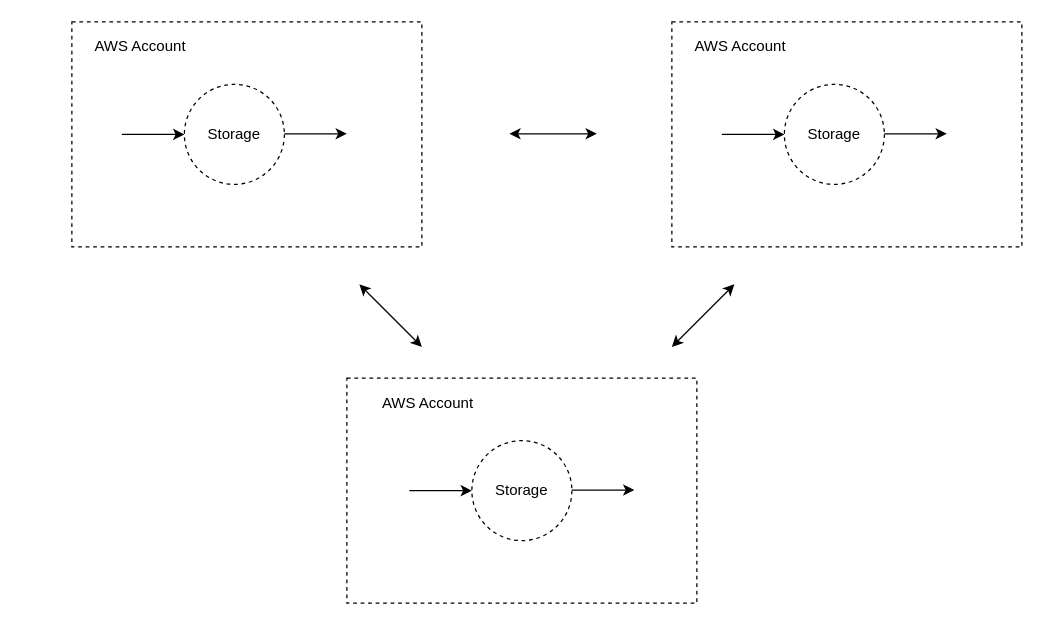
Earlier version of the draw.io diagram data_mesh.drawio (Adam6789/diagrams). Source tidied: cells renumbered, new cells numbered last; positions are measured from the earlier drawing's top-left corner, leaving out a move shared by most shapes. Both pictures are drawn from the tidied source at 125%, with x=0, y=0 at pixel (71, 21).
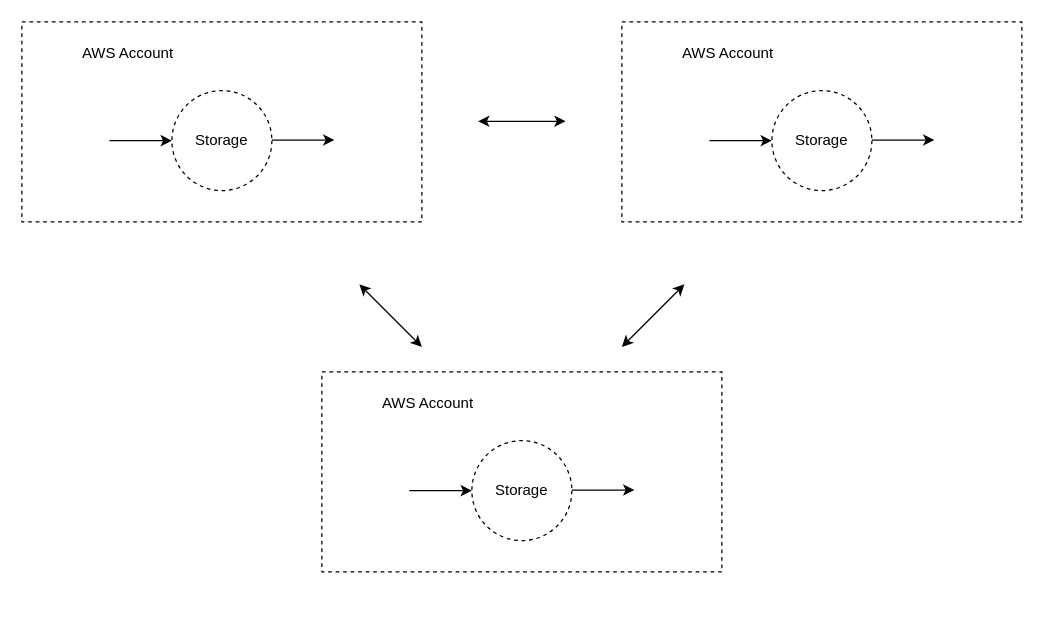
The same page after the edit.

The edit, as a diff of the source:
```diff
@@
-    <mxCell id="2" style="rounded=0;whiteSpace=wrap;html=1;dashed=1;" parent="1" vertex="1">
-      <mxGeometry width="280" height="180" as="geometry" />
-    </mxCell>
-    <mxCell id="3" value="AWS Account" style="text;html=1;strokeColor=none;fillColor=none;align=center;verticalAlign=middle;whiteSpace=wrap;rounded=0;dashed=1;" parent="1" vertex="1">
-      <mxGeometry x="10" y="10" width="90" height="20" as="geometry" />
-    </mxCell>
-    <mxCell id="4" style="ellipse;whiteSpace=wrap;html=1;dashed=1;" parent="1" vertex="1">
-      <mxGeometry x="90" y="50" width="80" height="80" as="geometry" />
-    </mxCell>
-    <mxCell id="5" value="Storage" style="text;html=1;strokeColor=none;fillColor=none;align=center;verticalAlign=middle;whiteSpace=wrap;rounded=0;dashed=1;" parent="1" vertex="1">
-      <mxGeometry x="110" y="80" width="40" height="20" as="geometry" />
-    </mxCell>
-    <mxCell id="6" style="endArrow=classic;html=1;entryX=0;entryY=0.5;entryDx=0;entryDy=0;" parent="1" edge="1" target="4">
-      <mxGeometry relative="1" as="geometry">
-        <mxPoint x="40" y="90" as="sourcePoint" />
-      </mxGeometry>
-    </mxCell>
-    <mxCell id="7" style="endArrow=classic;html=1;entryX=0;entryY=0.5;entryDx=0;entryDy=0;" parent="1" edge="1">
-      <mxGeometry relative="1" as="geometry">
-        <mxPoint x="170" y="89.5" as="sourcePoint" />
-        <mxPoint x="220" y="89.5" as="targetPoint" />
-      </mxGeometry>
-    </mxCell>
     <mxCell id="8" style="rounded=0;whiteSpace=wrap;html=1;dashed=1;" parent="1" vertex="1">
-      <mxGeometry x="220" y="285" width="280" height="180" as="geometry" />
+      <mxGeometry x="200" y="280" width="320" height="160" as="geometry" />
     </mxCell>
@@
     <mxCell id="14" style="endArrow=classic;startArrow=classic;html=1;" parent="1" edge="1">
       <mxGeometry relative="1" as="geometry">
-        <mxPoint x="480" y="260" as="sourcePoint" />
-        <mxPoint x="530" y="210" as="targetPoint" />
+        <mxPoint x="440" y="260" as="sourcePoint" />
+        <mxPoint x="490" y="210" as="targetPoint" />
       </mxGeometry>
     </mxCell>
     <mxCell id="15" style="endArrow=classic;startArrow=classic;html=1;" parent="1" edge="1">
       <mxGeometry relative="1" as="geometry">
-        <mxPoint x="350" y="89.5" as="sourcePoint" />
-        <mxPoint x="420" y="89.5" as="targetPoint" />
+        <mxPoint x="325" y="79.5" as="sourcePoint" />
+        <mxPoint x="395" y="79.5" as="targetPoint" />
       </mxGeometry>
     </mxCell>
-    <mxCell id="16" style="rounded=0;whiteSpace=wrap;html=1;dashed=1;" parent="1" vertex="1">
-      <mxGeometry x="480" width="280" height="180" as="geometry" />
-    </mxCell>
-    <mxCell id="17" value="AWS Account" style="text;html=1;strokeColor=none;fillColor=none;align=center;verticalAlign=middle;whiteSpace=wrap;rounded=0;dashed=1;" parent="1" vertex="1">
-      <mxGeometry x="490" y="10" width="90" height="20" as="geometry" />
-    </mxCell>
-    <mxCell id="18" style="ellipse;whiteSpace=wrap;html=1;dashed=1;" parent="1" vertex="1">
-      <mxGeometry x="570" y="50" width="80" height="80" as="geometry" />
-    </mxCell>
-    <mxCell id="19" value="Storage" style="text;html=1;strokeColor=none;fillColor=none;align=center;verticalAlign=middle;whiteSpace=wrap;rounded=0;dashed=1;" parent="1" vertex="1">
-      <mxGeometry x="590" y="80" width="40" height="20" as="geometry" />
-    </mxCell>
-    <mxCell id="20" style="endArrow=classic;html=1;entryX=0;entryY=0.5;entryDx=0;entryDy=0;" parent="1" edge="1" target="18">
-      <mxGeometry relative="1" as="geometry">
-        <mxPoint x="520" y="90" as="sourcePoint" />
-      </mxGeometry>
-    </mxCell>
-    <mxCell id="21" style="endArrow=classic;html=1;entryX=0;entryY=0.5;entryDx=0;entryDy=0;" parent="1" edge="1">
-      <mxGeometry relative="1" as="geometry">
-        <mxPoint x="650" y="89.5" as="sourcePoint" />
-        <mxPoint x="700" y="89.5" as="targetPoint" />
-      </mxGeometry>
-    </mxCell>
@@
+    <mxCell id="23" style="rounded=0;whiteSpace=wrap;html=1;dashed=1;" parent="1" vertex="1">
+      <mxGeometry x="440" width="320" height="160" as="geometry" />
+    </mxCell>
+    <mxCell id="24" value="AWS Account" style="text;html=1;strokeColor=none;fillColor=none;align=center;verticalAlign=middle;whiteSpace=wrap;rounded=0;dashed=1;" parent="1" vertex="1">
+      <mxGeometry x="480" y="15" width="90" height="20" as="geometry" />
+    </mxCell>
+    <mxCell id="25" style="ellipse;whiteSpace=wrap;html=1;dashed=1;" parent="1" vertex="1">
+      <mxGeometry x="560" y="55" width="80" height="80" as="geometry" />
+    </mxCell>
+    <mxCell id="26" value="Storage" style="text;html=1;strokeColor=none;fillColor=none;align=center;verticalAlign=middle;whiteSpace=wrap;rounded=0;dashed=1;" parent="1" vertex="1">
+      <mxGeometry x="580" y="85" width="40" height="20" as="geometry" />
+    </mxCell>
+    <mxCell id="27" style="endArrow=classic;html=1;entryX=0;entryY=0.5;entryDx=0;entryDy=0;" parent="1" edge="1" target="25">
+      <mxGeometry relative="1" as="geometry">
+        <mxPoint x="510" y="95" as="sourcePoint" />
+      </mxGeometry>
+    </mxCell>
+    <mxCell id="28" style="endArrow=classic;html=1;entryX=0;entryY=0.5;entryDx=0;entryDy=0;" parent="1" edge="1">
+      <mxGeometry relative="1" as="geometry">
+        <mxPoint x="640" y="94.5" as="sourcePoint" />
+        <mxPoint x="690" y="94.5" as="targetPoint" />
+      </mxGeometry>
+    </mxCell>
+    <mxCell id="29" style="rounded=0;whiteSpace=wrap;html=1;dashed=1;" parent="1" vertex="1">
+      <mxGeometry x="-40" width="320" height="160" as="geometry" />
+    </mxCell>
+    <mxCell id="30" value="AWS Account" style="text;html=1;strokeColor=none;fillColor=none;align=center;verticalAlign=middle;whiteSpace=wrap;rounded=0;dashed=1;" parent="1" vertex="1">
+      <mxGeometry y="15" width="90" height="20" as="geometry" />
+    </mxCell>
+    <mxCell id="31" style="ellipse;whiteSpace=wrap;html=1;dashed=1;" parent="1" vertex="1">
+      <mxGeometry x="80" y="55" width="80" height="80" as="geometry" />
+    </mxCell>
+    <mxCell id="32" value="Storage" style="text;html=1;strokeColor=none;fillColor=none;align=center;verticalAlign=middle;whiteSpace=wrap;rounded=0;dashed=1;" parent="1" vertex="1">
+      <mxGeometry x="100" y="85" width="40" height="20" as="geometry" />
+    </mxCell>
+    <mxCell id="33" style="endArrow=classic;html=1;entryX=0;entryY=0.5;entryDx=0;entryDy=0;" parent="1" edge="1" target="31">
+      <mxGeometry relative="1" as="geometry">
+        <mxPoint x="30" y="95" as="sourcePoint" />
+      </mxGeometry>
+    </mxCell>
+    <mxCell id="34" style="endArrow=classic;html=1;entryX=0;entryY=0.5;entryDx=0;entryDy=0;" parent="1" edge="1">
+      <mxGeometry relative="1" as="geometry">
+        <mxPoint x="160" y="94.5" as="sourcePoint" />
+        <mxPoint x="210" y="94.5" as="targetPoint" />
+      </mxGeometry>
+    </mxCell>
```
